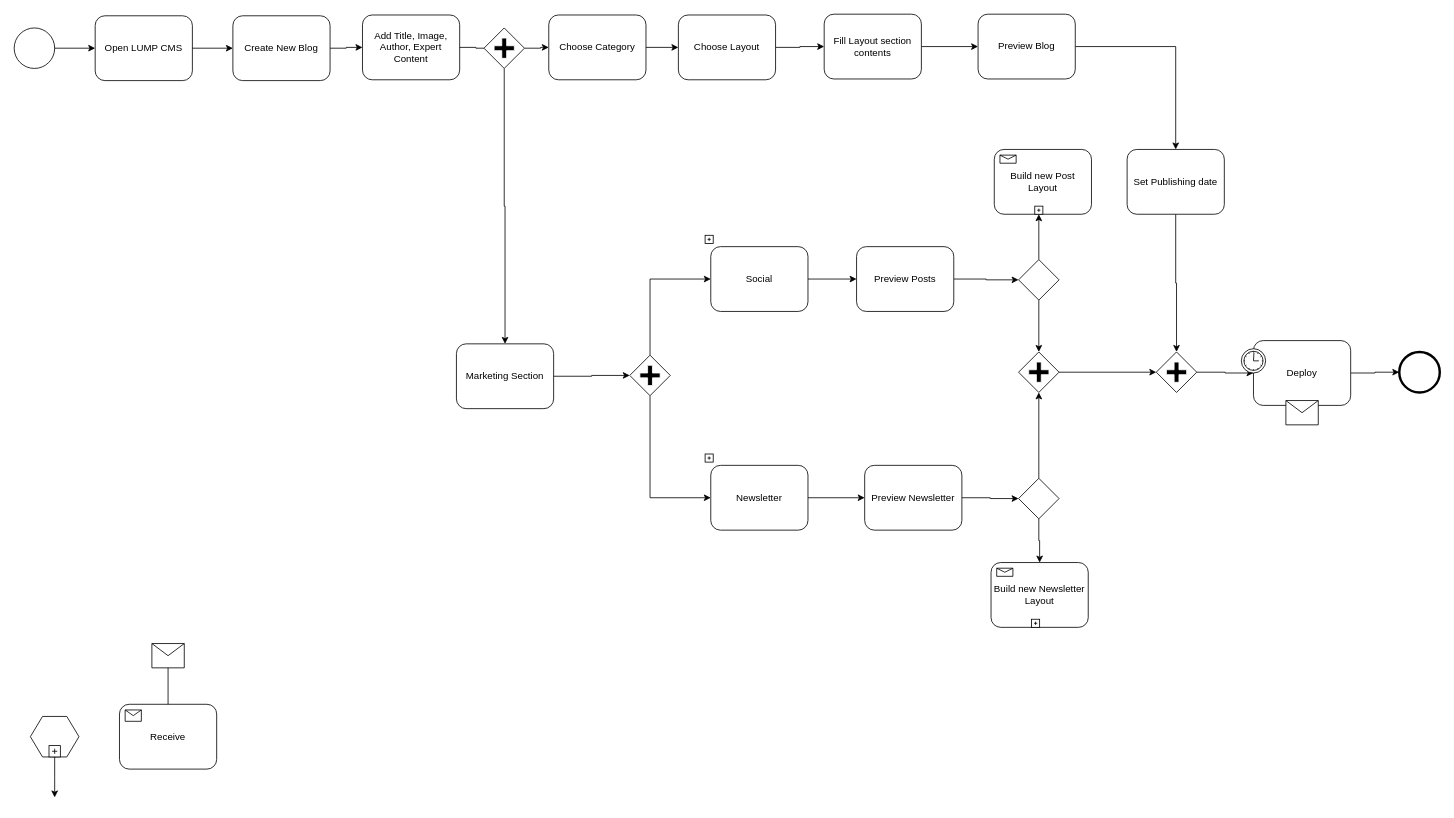
lmnaslimited/iyakkam keeps this draw.io diagram as lump-end-user-flow.drawio. Above is the earlier version. Source tidied: cells renumbered, new cells numbered last; positions are measured from the earlier drawing's top-left corner, leaving out a move shared by most shapes. Both pictures are drawn from the tidied source at 81%, with x=0, y=0 at pixel (14, 14).
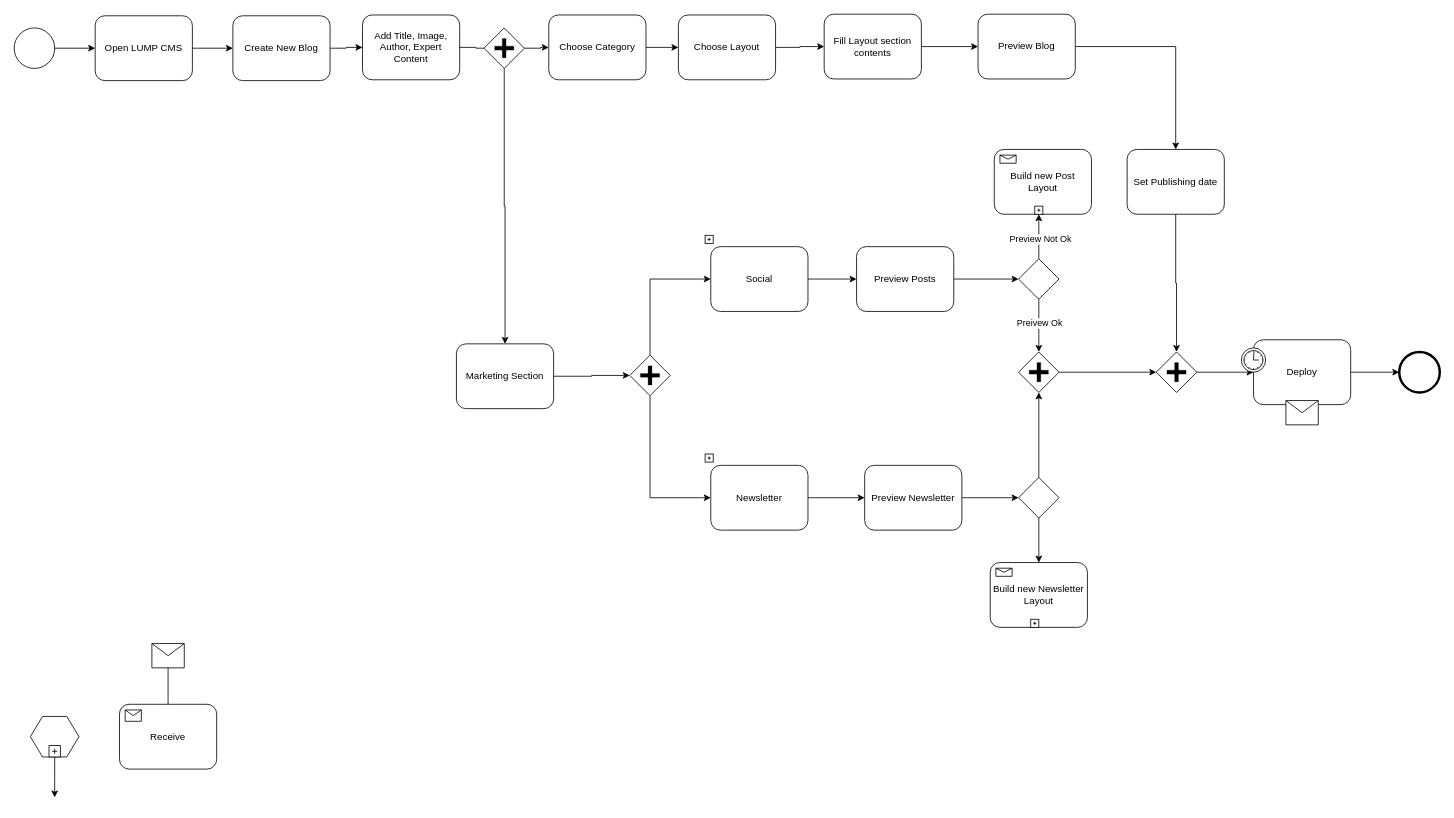
Above is the later version.

Commit message:
condition text added for preview

The change refers to these unchanged cells:
```xml
<mxCell id="55" style="edgeStyle=orthogonalEdgeStyle;rounded=0;jettySize=auto;html=1;exitX=0.5;exitY=1;exitDx=0;exitDy=0;entryX=0.5;entryY=0;entryDx=0;entryDy=0;" parent="1" edge="1" source="57" target="43">
  <mxGeometry relative="1" as="geometry" />
</mxCell>
<mxCell id="56" style="edgeStyle=orthogonalEdgeStyle;rounded=0;jettySize=auto;html=1;exitX=0.5;exitY=0;exitDx=0;exitDy=0;entryX=0.5;entryY=1;entryDx=0;entryDy=0;" parent="1" edge="1" source="57" target="60">
  <mxGeometry relative="1" as="geometry" />
</mxCell>
```

What changed in the source:
```diff
@@
     <mxCell id="48" value="Deploy" style="html=1;whiteSpace=wrap;rounded=1;" parent="1" vertex="1">
-      <mxGeometry x="1530" y="403" width="120" height="80" as="geometry" />
+      <mxGeometry x="1530" y="402" width="120" height="80" as="geometry" />
     </mxCell>
@@
+    <mxCell id="67" value="Preivew Ok" style="edgeLabel;html=1;align=center;verticalAlign=middle;" parent="55" vertex="1">
+      <mxGeometry x="-0.1" relative="1" as="geometry" />
+    </mxCell>
@@
+    <mxCell id="68" value="Preview Not Ok" style="edgeLabel;html=1;align=center;verticalAlign=middle;" parent="56" vertex="1">
+      <mxGeometry x="-0.08" y="-1" relative="1" as="geometry" />
+    </mxCell>
     <mxCell id="57" style="rhombus;" parent="1" vertex="1">
-      <mxGeometry x="1240" y="303" width="50" height="50" as="geometry" />
+      <mxGeometry x="1240" y="302" width="50" height="50" as="geometry" />
     </mxCell>
@@
     <mxCell id="61" value="Build new Newsletter Layout" style="html=1;whiteSpace=wrap;rounded=1;" parent="1" vertex="1">
-      <mxGeometry x="1206" y="677" width="120" height="80" as="geometry" />
+      <mxGeometry x="1205" y="677" width="120" height="80" as="geometry" />
     </mxCell>
@@
     <mxCell id="66" style="rhombus;" parent="1" vertex="1">
-      <mxGeometry x="1240" y="573" width="50" height="50" as="geometry" />
+      <mxGeometry x="1240" y="572" width="50" height="50" as="geometry" />
     </mxCell>
```
